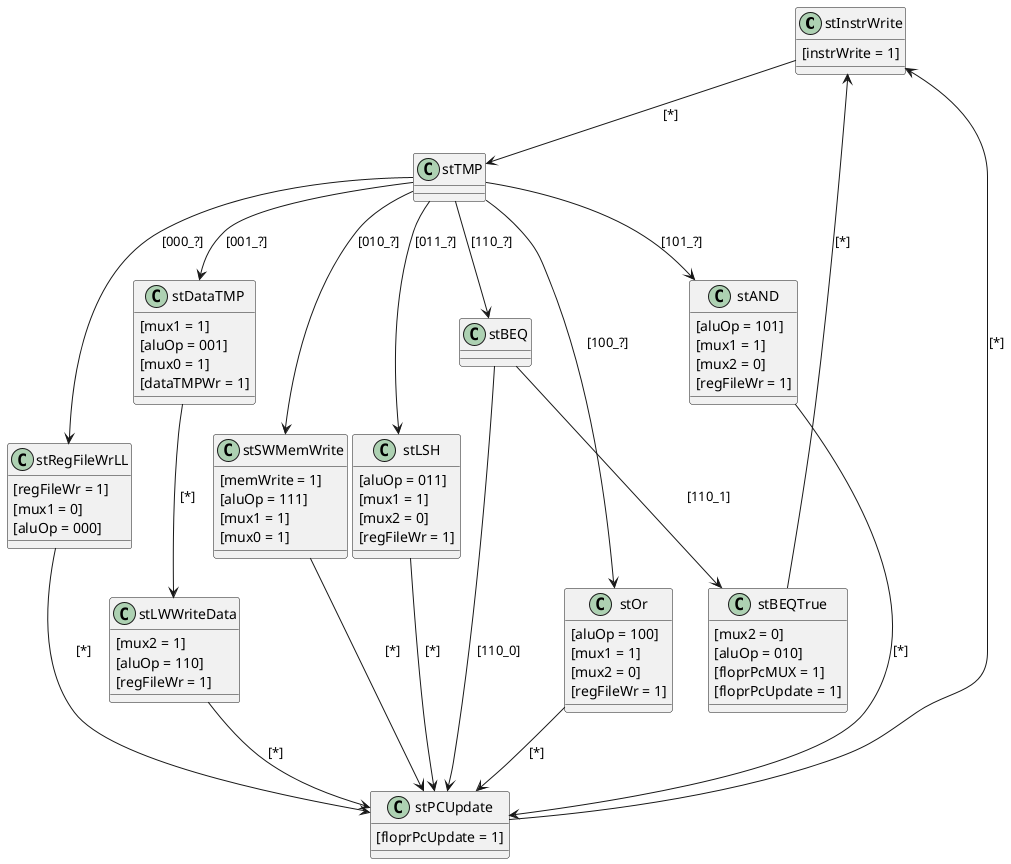
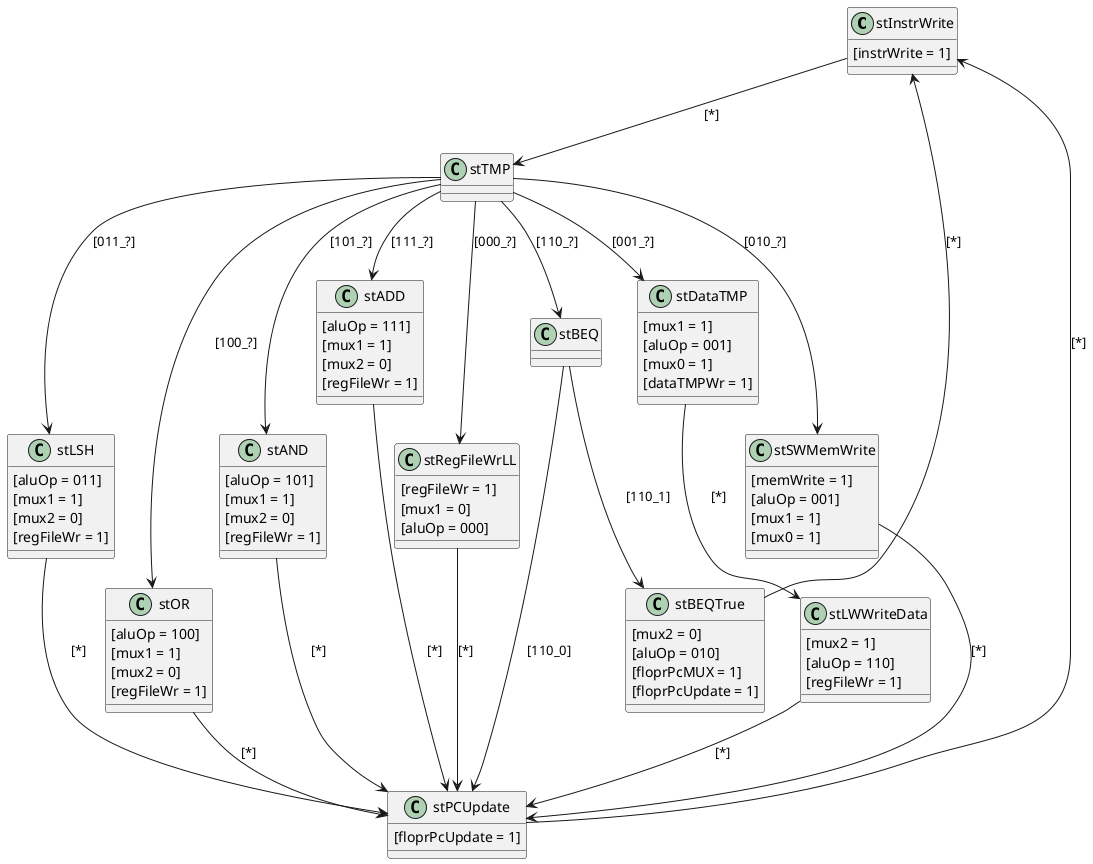
@startuml ttt


stInstrWrite --> stTMP : [*]
stInstrWrite : [instrWrite = 1]

stTMP --> stRegFileWrLL : [000_?]
stTMP --> stDataTMP : [001_?]
stTMP --> stSWMemWrite : [010_?]
+ stTMP --> stLSH : [011_?]
+ stTMP --> stOR : [100_?]
+ stTMP --> stAND : [101_?]
stTMP --> stBEQ : [110_?]
- stTMP --> stLSH : [011_?]
- stTMP --> stOr : [100_?]
- stTMP --> stAND : [101_?]
+ stTMP --> stADD : [111_?]
+ 
+ stADD --> stPCUpdate : [*]
+ stADD : [aluOp = 111]
+ stADD : [mux1 = 1]
+ stADD : [mux2 = 0]
+ stADD : [regFileWr = 1]

stLSH --> stPCUpdate : [*]
stLSH : [aluOp = 011]
stLSH : [mux1 = 1]
stLSH : [mux2 = 0]
stLSH : [regFileWr = 1]

- stOr --> stPCUpdate : [*]
- stOr : [aluOp = 100]
- stOr : [mux1 = 1]
- stOr : [mux2 = 0]
- stOr : [regFileWr = 1]
+ stOR --> stPCUpdate : [*]
+ stOR : [aluOp = 100]
+ stOR : [mux1 = 1]
+ stOR : [mux2 = 0]
+ stOR : [regFileWr = 1]


stAND --> stPCUpdate : [*]
stAND : [aluOp = 101]
stAND : [mux1 = 1]
stAND : [mux2 = 0]
stAND : [regFileWr = 1]


stBEQ --> stPCUpdate : [110_0]
stBEQ --> stBEQTrue : [110_1]


stBEQTrue --> stInstrWrite : [*]
stBEQTrue : [mux2 = 0]
stBEQTrue : [aluOp = 010]
stBEQTrue : [floprPcMUX = 1]
stBEQTrue : [floprPcUpdate = 1]


stSWMemWrite --> stPCUpdate : [*]
stSWMemWrite : [memWrite = 1]
- stSWMemWrite : [aluOp = 111]
+ stSWMemWrite : [aluOp = 001]
stSWMemWrite : [mux1 = 1]
stSWMemWrite : [mux0 = 1]

stDataTMP --> stLWWriteData : [*]
stDataTMP : [mux1 = 1]
stDataTMP : [aluOp = 001]
stDataTMP : [mux0 = 1]
stDataTMP : [dataTMPWr = 1]


stLWWriteData --> stPCUpdate : [*]
stLWWriteData : [mux2 = 1]
stLWWriteData : [aluOp = 110]
stLWWriteData : [regFileWr = 1]

stRegFileWrLL --> stPCUpdate : [*]
stRegFileWrLL : [regFileWr = 1]
stRegFileWrLL : [mux1 = 0]
stRegFileWrLL : [aluOp = 000]



stPCUpdate --> stInstrWrite : [*]
stPCUpdate : [floprPcUpdate = 1]
@enduml